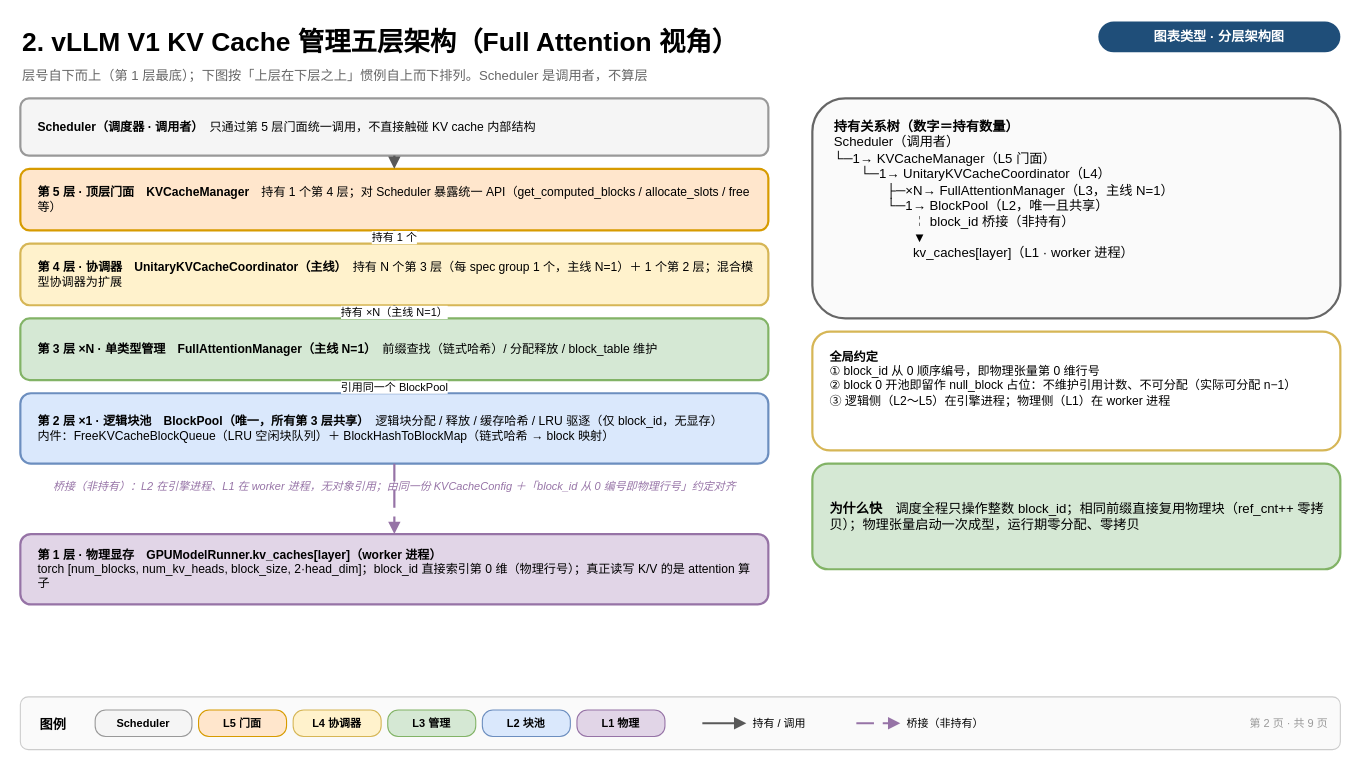
GoCHug/vllm keeps this draw.io diagram as page "2-五层架构总览" (2 of 4) of vllm/v1/core/kvcache_draw_ppt/kv_cache_five_layer_arch.drawio. Above is the earlier version. Source tidied: cells renumbered, new cells numbered last; positions are measured from the earlier drawing's top-left corner, leaving out a move shared by most shapes. Both pictures are drawn from the tidied source at 110%, with x=0, y=0 at pixel (20, 19).
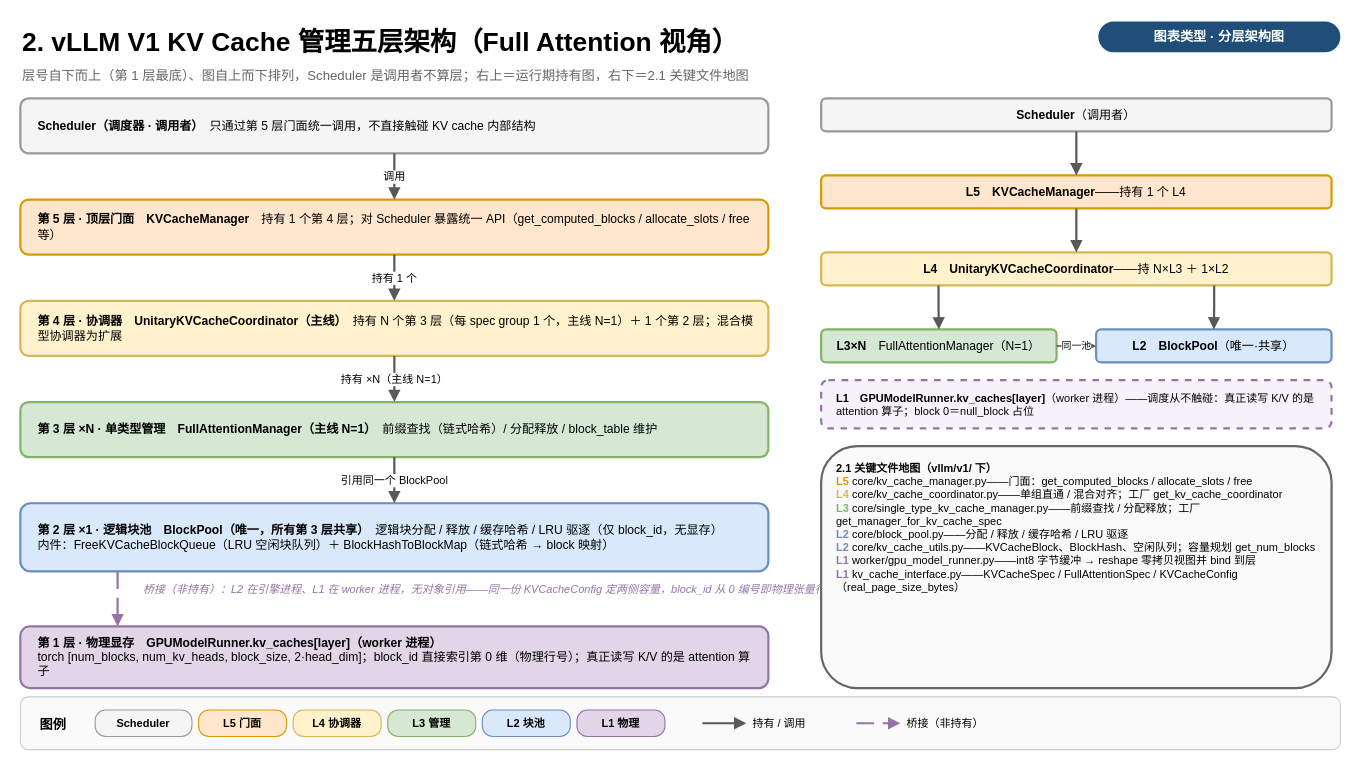
Above is the later version.

Diff of the diagram source:
```diff
@@
-    <mxCell id="4" value="层号自下而上（第 1 层最底）；下图按「上层在下层之上」惯例自上而下排列。Scheduler 是调用者，不算层" style="text;html=1;fontSize=12;align=left;fontColor=#666666;" parent="1" vertex="1">
+    <mxCell id="4" value="层号自下而上（第 1 层最底）、图自上而下排列，Scheduler 是调用者不算层；右上＝运行期持有图，右下＝2.1 关键文件地图" style="text;html=1;fontSize=12;align=left;fontColor=#666666;" parent="1" vertex="1">
       <mxGeometry y="38" width="960" height="22" as="geometry" />
     </mxCell>
     <mxCell id="5" value="&lt;b&gt;Scheduler（调度器 · 调用者）&lt;/b&gt;　只通过第 5 层门面统一调用，不直接触碰 KV cache 内部结构" style="rounded=1;whiteSpace=wrap;html=1;verticalAlign=middle;align=left;spacingLeft=14;spacingRight=10;fontSize=11;fillColor=#f5f5f5;strokeColor=#999999;strokeWidth=2;" parent="1" vertex="1">
-      <mxGeometry y="72" width="680" height="52" as="geometry" />
+      <mxGeometry y="72" width="680" height="50" as="geometry" />
     </mxCell>
     <mxCell id="6" value="&lt;b&gt;第 5 层 · 顶层门面　KVCacheManager&lt;/b&gt;　持有 1 个第 4 层；对 Scheduler 暴露统一 API（get_computed_blocks / allocate_slots / free 等）" style="rounded=1;whiteSpace=wrap;html=1;verticalAlign=middle;align=left;spacingLeft=14;spacingRight=10;fontSize=11;fillColor=#ffe6cc;strokeColor=#d79b00;strokeWidth=2;" parent="1" vertex="1">
-      <mxGeometry y="136" width="680" height="56" as="geometry" />
+      <mxGeometry y="164" width="680" height="50" as="geometry" />
     </mxCell>
     <mxCell id="7" value="&lt;b&gt;第 4 层 · 协调器　UnitaryKVCacheCoordinator（主线）&lt;/b&gt;　持有 N 个第 3 层（每 spec group 1 个，主线 N=1）＋ 1 个第 2 层；混合模型协调器为扩展" style="rounded=1;whiteSpace=wrap;html=1;verticalAlign=middle;align=left;spacingLeft=14;spacingRight=10;fontSize=11;fillColor=#fff2cc;strokeColor=#d6b656;strokeWidth=2;" parent="1" vertex="1">
-      <mxGeometry y="204" width="680" height="56" as="geometry" />
+      <mxGeometry y="256" width="680" height="50" as="geometry" />
     </mxCell>
     <mxCell id="8" value="&lt;b&gt;第 3 层 ×N · 单类型管理　FullAttentionManager（主线 N=1）&lt;/b&gt;　前缀查找（链式哈希）/ 分配释放 / block_table 维护" style="rounded=1;whiteSpace=wrap;html=1;verticalAlign=middle;align=left;spacingLeft=14;spacingRight=10;fontSize=11;fillColor=#d5e8d4;strokeColor=#82b366;strokeWidth=2;" parent="1" vertex="1">
-      <mxGeometry y="272" width="680" height="56" as="geometry" />
+      <mxGeometry y="348" width="680" height="50" as="geometry" />
     </mxCell>
     <mxCell id="9" value="&lt;b&gt;第 2 层 ×1 · 逻辑块池　BlockPool（唯一，所有第 3 层共享）&lt;/b&gt;　逻辑块分配 / 释放 / 缓存哈希 / LRU 驱逐（仅 block_id，无显存）&#10;内件：FreeKVCacheBlockQueue（LRU 空闲块队列）＋ BlockHashToBlockMap（链式哈希 → block 映射）" style="rounded=1;whiteSpace=wrap;html=1;verticalAlign=middle;align=left;spacingLeft=14;spacingRight=10;fontSize=11;fillColor=#dae8fc;strokeColor=#6c8ebf;strokeWidth=2;" parent="1" vertex="1">
-      <mxGeometry y="340" width="680" height="64" as="geometry" />
+      <mxGeometry y="440" width="680" height="62" as="geometry" />
     </mxCell>
-    <mxCell id="10" value="桥接（非持有）：L2 在引擎进程、L1 在 worker 进程，无对象引用；由同一份 KVCacheConfig ＋「block_id 从 0 编号即物理行号」约定对齐" style="text;html=1;fontSize=10;align=center;fontColor=#9673a6;fontStyle=2;" parent="1" vertex="1">
-      <mxGeometry y="412" width="680" height="44" as="geometry" />
+    <mxCell id="10" value="桥接（非持有）：L2 在引擎进程、L1 在 worker 进程，无对象引用——同一份 KVCacheConfig 定两侧容量，block_id 从 0 编号即物理张量行号" style="text;html=1;fontSize=10;align=left;spacingLeft=110;fontColor=#9673a6;fontStyle=2;" parent="1" vertex="1">
+      <mxGeometry y="506" width="680" height="38" as="geometry" />
     </mxCell>
     <mxCell id="11" value="&lt;b&gt;第 1 层 · 物理显存　GPUModelRunner.kv_caches[layer]（worker 进程）&lt;/b&gt;&#10;torch [num_blocks, num_kv_heads, block_size, 2·head_dim]；block_id 直接索引第 0 维（物理行号）；真正读写 K/V 的是 attention 算子" style="rounded=1;whiteSpace=wrap;html=1;verticalAlign=middle;align=left;spacingLeft=14;spacingRight=10;fontSize=11;fillColor=#e1d5e7;strokeColor=#9673a6;strokeWidth=2;" parent="1" vertex="1">
-      <mxGeometry y="468" width="680" height="64" as="geometry" />
+      <mxGeometry y="552" width="680" height="56" as="geometry" />
     </mxCell>
-    <mxCell id="12" style="edgeStyle=orthogonalEdgeStyle;html=1;rounded=0;strokeColor=#595959;strokeWidth=2;endArrow=block;endFill=1;exitX=0.5;exitY=1;exitDx=0;exitDy=0;entryX=0.5;entryY=0;entryDx=0;entryDy=0;" parent="1" edge="1" source="5" target="6">
+    <mxCell id="12" value="调用" style="edgeStyle=orthogonalEdgeStyle;html=1;rounded=0;strokeColor=#595959;strokeWidth=2;endArrow=block;endFill=1;exitX=0.5;exitY=1;exitDx=0;exitDy=0;entryX=0.5;entryY=0;entryDx=0;entryDy=0;fontSize=10;labelBackgroundColor=#ffffff;" parent="1" edge="1" source="5" target="6">
       <mxGeometry relative="1" as="geometry" />
     </mxCell>
@@
-    <mxCell id="16" style="edgeStyle=orthogonalEdgeStyle;html=1;rounded=0;strokeColor=#9673a6;strokeWidth=2;dashed=1;dashPattern=8 4;endArrow=block;endFill=1;exitX=0.5;exitY=1;exitDx=0;exitDy=0;entryX=0.5;entryY=0;entryDx=0;entryDy=0;" parent="1" edge="1" source="9" target="11">
+    <mxCell id="16" style="edgeStyle=orthogonalEdgeStyle;html=1;rounded=0;strokeColor=#9673a6;strokeWidth=2;dashed=1;dashPattern=8 4;endArrow=block;endFill=1;exitX=0.13;exitY=1;exitDx=0;exitDy=0;entryX=0.13;entryY=0;entryDx=0;entryDy=0;" parent="1" edge="1" source="9" target="11">
       <mxGeometry relative="1" as="geometry" />
     </mxCell>
-    <mxCell id="17" value="&lt;b&gt;持有关系树（数字＝持有数量）&lt;/b&gt;&#10;Scheduler（调用者）&#10;└─1→ KVCacheManager（L5 门面）&#10;　　└─1→ UnitaryKVCacheCoordinator（L4）&#10;　　　　├─×N→ FullAttentionManager（L3，主线 N=1）&#10;　　　　└─1→ BlockPool（L2，唯一且共享）&#10;　　　　　　╎ block_id 桥接（非持有）&#10;　　　　　　▼&#10;　　　　　　kv_caches[layer]（L1 · worker 进程）" style="rounded=1;whiteSpace=wrap;html=1;fillColor=#fafafa;strokeColor=#666666;strokeWidth=2;verticalAlign=top;spacingTop=12;spacingLeft=18;fontSize=12;align=left;" parent="1" vertex="1">
-      <mxGeometry x="720" y="72" width="480" height="200" as="geometry" />
-    </mxCell>
-    <mxCell id="18" value="&lt;b&gt;全局约定&lt;/b&gt;&#10;① block_id 从 0 顺序编号，即物理张量第 0 维行号&#10;② block 0 开池即留作 null_block 占位：不维护引用计数、不可分配（实际可分配 n−1）&#10;③ 逻辑侧（L2～L5）在引擎进程；物理侧（L1）在 worker 进程" style="rounded=1;whiteSpace=wrap;html=1;fillColor=#ffffff;strokeColor=#d6b656;strokeWidth=2;verticalAlign=top;spacingTop=10;spacingLeft=14;fontSize=11;align=left;" parent="1" vertex="1">
-      <mxGeometry x="720" y="284" width="480" height="108" as="geometry" />
-    </mxCell>
-    <mxCell id="19" value="&lt;b&gt;为什么快&lt;/b&gt;　调度全程只操作整数 block_id；相同前缀直接复用物理块（ref_cnt++ 零拷贝）；物理张量启动一次成型，运行期零分配、零拷贝" style="rounded=1;whiteSpace=wrap;html=1;fillColor=#d5e8d4;strokeColor=#82b366;strokeWidth=2;verticalAlign=middle;align=left;spacingLeft=14;spacingRight=10;fontSize=12;" parent="1" vertex="1">
-      <mxGeometry x="720" y="404" width="480" height="96" as="geometry" />
-    </mxCell>
+    <mxCell id="33" value="&lt;b&gt;Scheduler&lt;/b&gt;（调用者）" style="rounded=1;whiteSpace=wrap;html=1;fillColor=#f5f5f5;strokeColor=#999999;strokeWidth=2;verticalAlign=middle;align=center;fontSize=11;" parent="1" vertex="1">
+      <mxGeometry x="728" y="72" width="464" height="30" as="geometry" />
+    </mxCell>
+    <mxCell id="34" value="&lt;b&gt;L5　KVCacheManager&lt;/b&gt;——持有 1 个 L4" style="rounded=1;whiteSpace=wrap;html=1;fillColor=#ffe6cc;strokeColor=#d79b00;strokeWidth=2;verticalAlign=middle;align=center;fontSize=11;" parent="1" vertex="1">
+      <mxGeometry x="728" y="142" width="464" height="30" as="geometry" />
+    </mxCell>
+    <mxCell id="35" value="&lt;b&gt;L4　UnitaryKVCacheCoordinator&lt;/b&gt;——持 N×L3 ＋ 1×L2" style="rounded=1;whiteSpace=wrap;html=1;fillColor=#fff2cc;strokeColor=#d6b656;strokeWidth=2;verticalAlign=middle;align=center;fontSize=11;" parent="1" vertex="1">
+      <mxGeometry x="728" y="212" width="464" height="30" as="geometry" />
+    </mxCell>
+    <mxCell id="36" value="&lt;b&gt;L3×N&lt;/b&gt;　FullAttentionManager（N=1）" style="rounded=1;whiteSpace=wrap;html=1;fillColor=#d5e8d4;strokeColor=#82b366;strokeWidth=2;verticalAlign=middle;align=center;fontSize=11;" parent="1" vertex="1">
+      <mxGeometry x="728" y="282" width="214" height="30" as="geometry" />
+    </mxCell>
+    <mxCell id="37" value="&lt;b&gt;L2　BlockPool&lt;/b&gt;（唯一·共享）" style="rounded=1;whiteSpace=wrap;html=1;fillColor=#dae8fc;strokeColor=#6c8ebf;strokeWidth=2;verticalAlign=middle;align=center;fontSize=11;" parent="1" vertex="1">
+      <mxGeometry x="978" y="282" width="214" height="30" as="geometry" />
+    </mxCell>
+    <mxCell id="38" style="edgeStyle=orthogonalEdgeStyle;html=1;rounded=0;strokeColor=#595959;strokeWidth=2;endArrow=block;endFill=1;exitX=0.5;exitY=1;exitDx=0;exitDy=0;entryX=0.5;entryY=0;entryDx=0;entryDy=0;" parent="1" edge="1" source="33" target="34">
+      <mxGeometry relative="1" as="geometry" />
+    </mxCell>
+    <mxCell id="39" style="edgeStyle=orthogonalEdgeStyle;html=1;rounded=0;strokeColor=#595959;strokeWidth=2;endArrow=block;endFill=1;exitX=0.5;exitY=1;exitDx=0;exitDy=0;entryX=0.5;entryY=0;entryDx=0;entryDy=0;" parent="1" edge="1" source="34" target="35">
+      <mxGeometry relative="1" as="geometry" />
+    </mxCell>
+    <mxCell id="40" style="edgeStyle=orthogonalEdgeStyle;html=1;rounded=0;strokeColor=#595959;strokeWidth=2;endArrow=block;endFill=1;exitX=0.23;exitY=1;exitDx=0;exitDy=0;entryX=0.5;entryY=0;entryDx=0;entryDy=0;" parent="1" edge="1" source="35" target="36">
+      <mxGeometry relative="1" as="geometry" />
+    </mxCell>
+    <mxCell id="41" style="edgeStyle=orthogonalEdgeStyle;html=1;rounded=0;strokeColor=#595959;strokeWidth=2;endArrow=block;endFill=1;exitX=0.77;exitY=1;exitDx=0;exitDy=0;entryX=0.5;entryY=0;entryDx=0;entryDy=0;" parent="1" edge="1" source="35" target="37">
+      <mxGeometry relative="1" as="geometry" />
+    </mxCell>
+    <mxCell id="42" value="同一池" style="edgeStyle=orthogonalEdgeStyle;html=1;rounded=0;strokeColor=#595959;strokeWidth=1.5;endArrow=block;endFill=1;exitX=1;exitY=0.5;exitDx=0;exitDy=0;entryX=0;entryY=0.5;entryDx=0;entryDy=0;fontSize=9;labelBackgroundColor=#ffffff;" parent="1" edge="1" source="36" target="37">
+      <mxGeometry relative="1" as="geometry" />
+    </mxCell>
+    <mxCell id="43" value="&lt;b&gt;L1　GPUModelRunner.kv_caches[layer]&lt;/b&gt;（worker 进程）——调度从不触碰：真正读写 K/V 的是 attention 算子；block 0＝null_block 占位" style="rounded=1;whiteSpace=wrap;html=1;fillColor=#f7f2fa;strokeColor=#9673a6;strokeWidth=2;dashed=1;verticalAlign=middle;align=left;spacingLeft=12;spacingRight=8;fontSize=10;" parent="1" vertex="1">
+      <mxGeometry x="728" y="328" width="464" height="44" as="geometry" />
+    </mxCell>
+    <mxCell id="44" value="&lt;b&gt;2.1 关键文件地图（vllm/v1/ 下）&lt;/b&gt;&#10;&lt;font color=&quot;#d79b00&quot;&gt;&lt;b&gt;L5&lt;/b&gt;&lt;/font&gt; core/kv_cache_manager.py——门面：get_computed_blocks / allocate_slots / free&#10;&lt;font color=&quot;#d6b656&quot;&gt;&lt;b&gt;L4&lt;/b&gt;&lt;/font&gt; core/kv_cache_coordinator.py——单组直通 / 混合对齐；工厂 get_kv_cache_coordinator&#10;&lt;font color=&quot;#82b366&quot;&gt;&lt;b&gt;L3&lt;/b&gt;&lt;/font&gt; core/single_type_kv_cache_manager.py——前缀查找 / 分配释放；工厂 get_manager_for_kv_cache_spec&#10;&lt;font color=&quot;#6c8ebf&quot;&gt;&lt;b&gt;L2&lt;/b&gt;&lt;/font&gt; core/block_pool.py——分配 / 释放 / 缓存哈希 / LRU 驱逐&#10;&lt;font color=&quot;#6c8ebf&quot;&gt;&lt;b&gt;L2&lt;/b&gt;&lt;/font&gt; core/kv_cache_utils.py——KVCacheBlock、BlockHash、空闲队列；容量规划 get_num_blocks&#10;&lt;font color=&quot;#9673a6&quot;&gt;&lt;b&gt;L1&lt;/b&gt;&lt;/font&gt; worker/gpu_model_runner.py——int8 字节缓冲 → reshape 零拷贝视图并 bind 到层&#10;&lt;font color=&quot;#9673a6&quot;&gt;&lt;b&gt;L1&lt;/b&gt;&lt;/font&gt; kv_cache_interface.py——KVCacheSpec / FullAttentionSpec / KVCacheConfig（real_page_size_bytes）" style="rounded=1;whiteSpace=wrap;html=1;fillColor=#fafafa;strokeColor=#666666;strokeWidth=2;verticalAlign=top;spacingTop=8;spacingLeft=12;fontSize=10;align=left;" parent="1" vertex="1">
+      <mxGeometry x="728" y="388" width="464" height="220" as="geometry" />
+    </mxCell>
@@
-    <mxCell id="32" value="第 2 页 · 共 9 页" style="text;html=1;fontSize=10;align=right;fontColor=#999999;" parent="1" vertex="1">
-      <mxGeometry x="1040" y="628" width="150" height="24" as="geometry" />
-    </mxCell>
```
